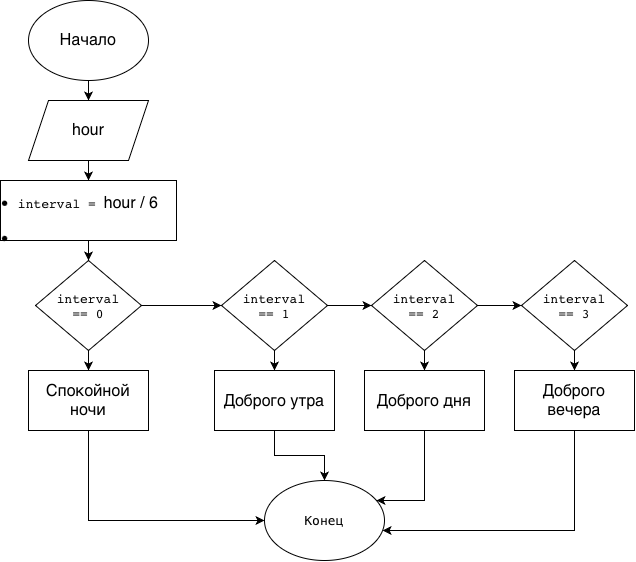
gwadsfwascawfwga/lab7 keeps this draw.io diagram as schema.png. Above is the earlier version. Source tidied: cells renumbered, new cells last; positions are measured from the earlier drawing's top-left corner, leaving out a move shared by most shapes.
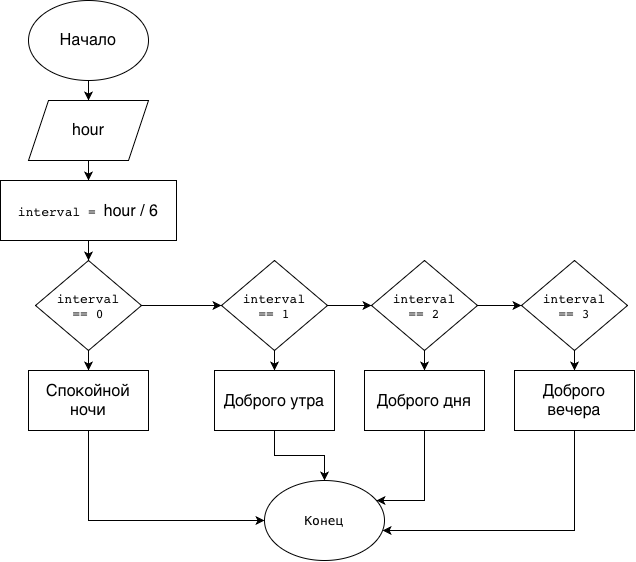
Later version of the same file.

Change to the diagram source:
```diff
@@ -17,7 +17,7 @@
     <mxCell id="6" style="edgeStyle=orthogonalEdgeStyle;rounded=0;jettySize=auto;html=1;" parent="1" edge="1" source="7" target="10">
       <mxGeometry relative="1" as="geometry" />
     </mxCell>
-    <mxCell id="7" value="&lt;li style=&quot;font-size: medium; caret-color: rgb(0, 0, 0); color: rgb(0, 0, 0);&quot;&gt;&lt;p&gt;&lt;code&gt;interval =&amp;nbsp;&lt;/code&gt;hour / 6&lt;/p&gt;&lt;/li&gt;&lt;li style=&quot;font-size: medium; caret-color: rgb(0, 0, 0); color: rgb(0, 0, 0);&quot;&gt;&lt;p&gt;&lt;b&gt;&lt;/b&gt;&lt;/p&gt;&lt;/li&gt;" style="whiteSpace=wrap;html=1;" parent="1" vertex="1">
+    <mxCell id="7" value="&lt;code style=&quot;font-size: medium;&quot;&gt;interval =&amp;nbsp;&lt;/code&gt;&lt;span style=&quot;font-size: medium;&quot;&gt;hour / 6&lt;/span&gt;" style="whiteSpace=wrap;html=1;" parent="1" vertex="1">
       <mxGeometry y="180" width="176" height="60" as="geometry" />
     </mxCell>
     <mxCell id="8" style="edgeStyle=orthogonalEdgeStyle;rounded=0;jettySize=auto;html=1;" parent="1" edge="1" source="10">
```
